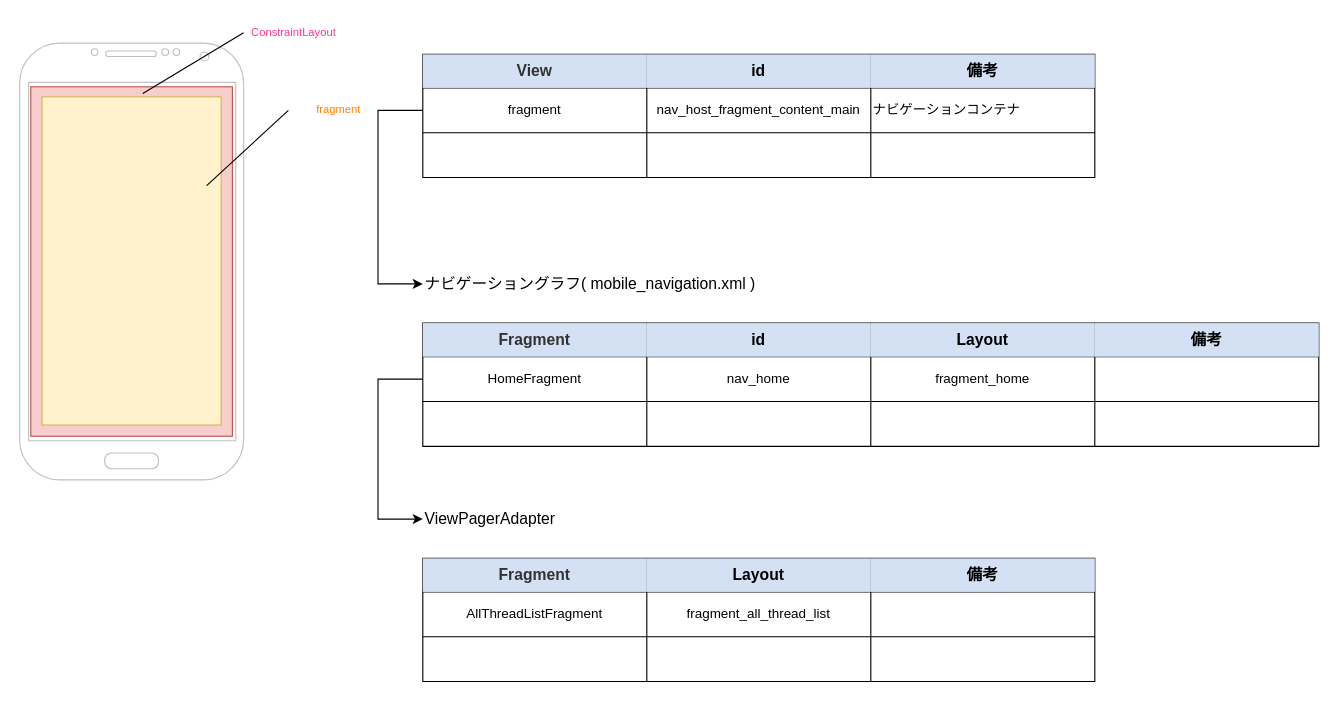
This is page "content_main" (5 of 6) of doc/ui_design.drawio from seabat/serverless-bss, a draw.io file, before an edit. Source tidied: cells renumbered, new cells numbered last; positions are measured from the earlier drawing's top-left corner, leaving out a move shared by most shapes. Both pictures are drawn from the tidied source at 112%, with x=0, y=0 at pixel (19, 19).
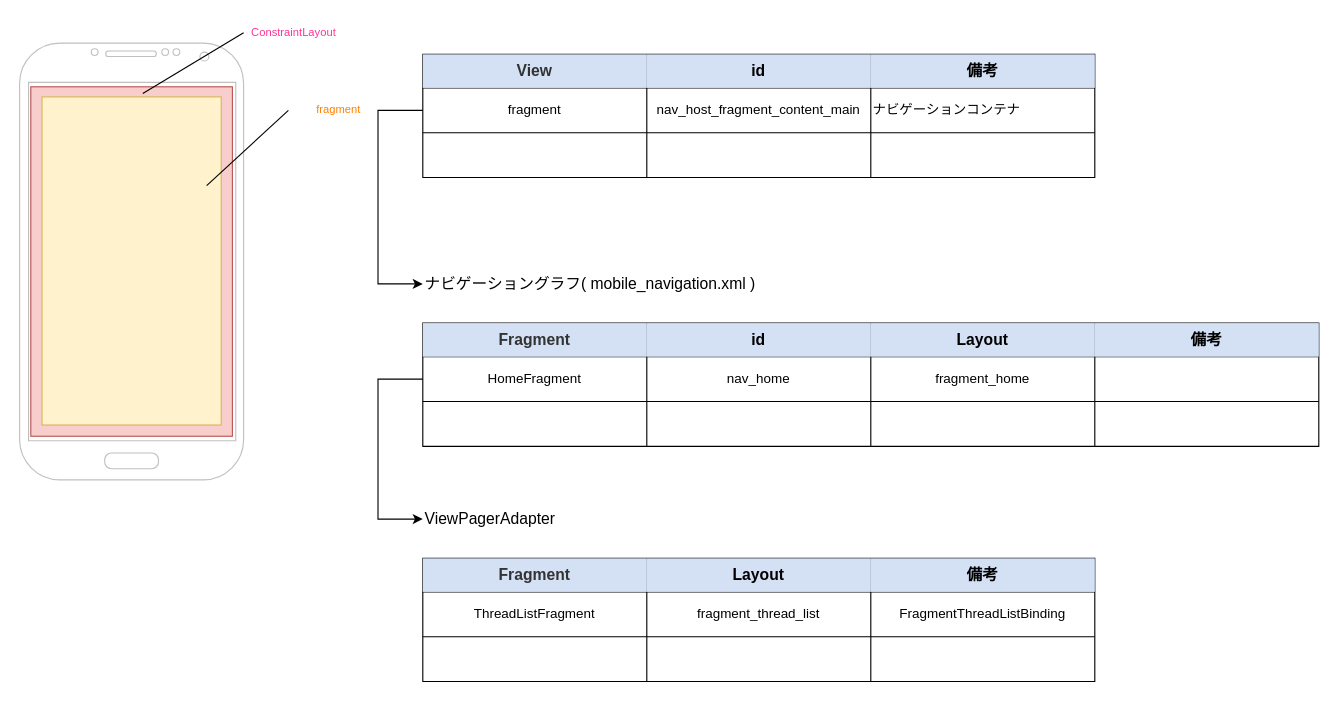
After the change.

Commit message (it also covers changes not shown here):
enum ThreadListType を ThreadListFragment に渡す

Unchanged cells that the change refers to:
```xml
<mxCell id="45" style="shape=tableRow;horizontal=0;startSize=0;swimlaneHead=0;swimlaneBody=0;top=0;left=0;bottom=0;right=0;fillColor=none;" parent="40" vertex="1">
  <mxGeometry y="30" width="600" height="40" as="geometry" />
</mxCell>
```

The edit, as a diff of the source:
```diff
@@
-    <mxCell id="46" value="AllThreadListFragment" style="shape=partialRectangle;html=1;whiteSpace=wrap;fillColor=none;top=0;left=0;bottom=0;right=0;overflow=hidden;" parent="45" vertex="1">
+    <mxCell id="46" value="ThreadListFragment" style="shape=partialRectangle;html=1;whiteSpace=wrap;fillColor=none;top=0;left=0;bottom=0;right=0;overflow=hidden;" parent="45" vertex="1">
       <mxGeometry width="200" height="40" as="geometry" />
     </mxCell>
-    <mxCell id="47" value="fragment_all_thread_list" style="shape=partialRectangle;html=1;whiteSpace=wrap;fillColor=none;top=0;left=0;bottom=0;right=0;overflow=hidden;align=center;" parent="45" vertex="1">
+    <mxCell id="47" value="fragment_thread_list" style="shape=partialRectangle;html=1;whiteSpace=wrap;fillColor=none;top=0;left=0;bottom=0;right=0;overflow=hidden;align=center;" parent="45" vertex="1">
       <mxGeometry x="200" width="200" height="40" as="geometry" />
     </mxCell>
-    <mxCell id="48" style="shape=partialRectangle;html=1;whiteSpace=wrap;fillColor=none;top=0;left=0;bottom=0;right=0;overflow=hidden;align=left;" parent="45" vertex="1">
+    <mxCell id="48" value="FragmentThreadListBinding" style="shape=partialRectangle;html=1;whiteSpace=wrap;fillColor=none;top=0;left=0;bottom=0;right=0;overflow=hidden;align=center;" parent="45" vertex="1">
       <mxGeometry x="400" width="200" height="40" as="geometry" />
     </mxCell>
```
